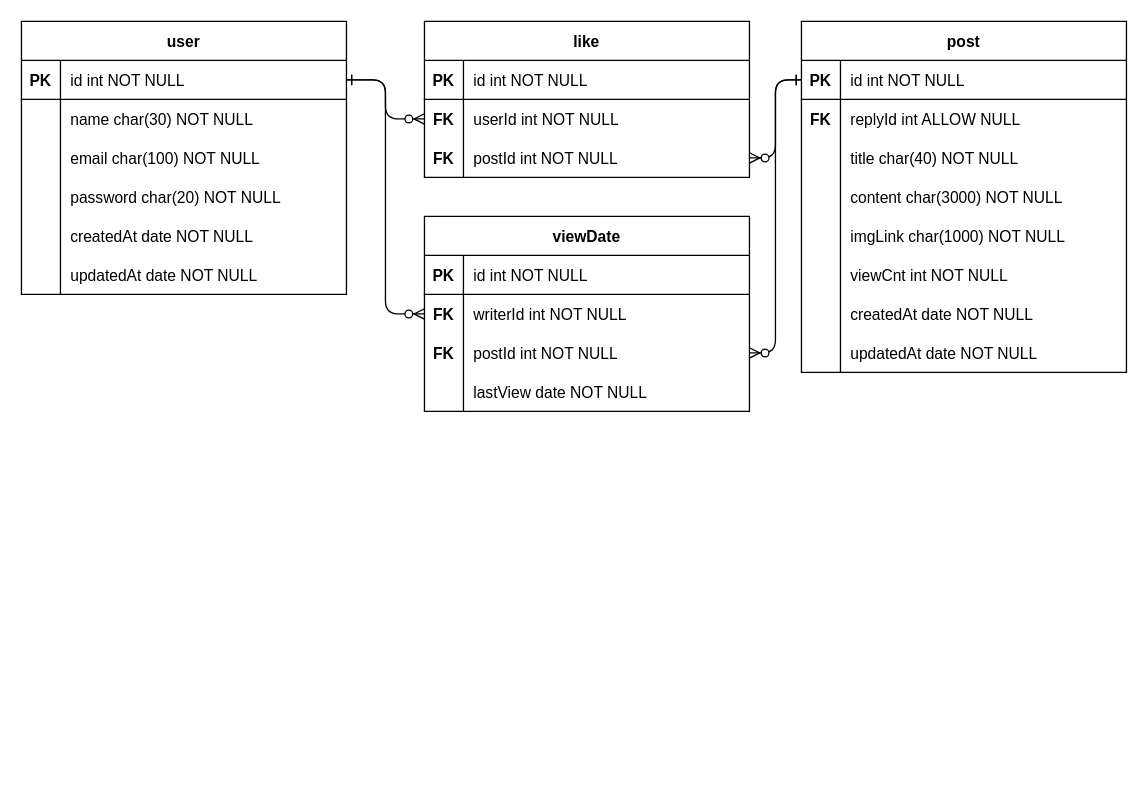
web5-kimgangmoon/cloneCoding4 keeps this draw.io diagram as erd.drawio. Above is the earlier version. Source tidied: cells renumbered, new cells numbered last; positions are measured from the earlier drawing's top-left corner, leaving out a move shared by most shapes. Both pictures are drawn from the tidied source at 130%, with x=0, y=0 at pixel (21, 21).
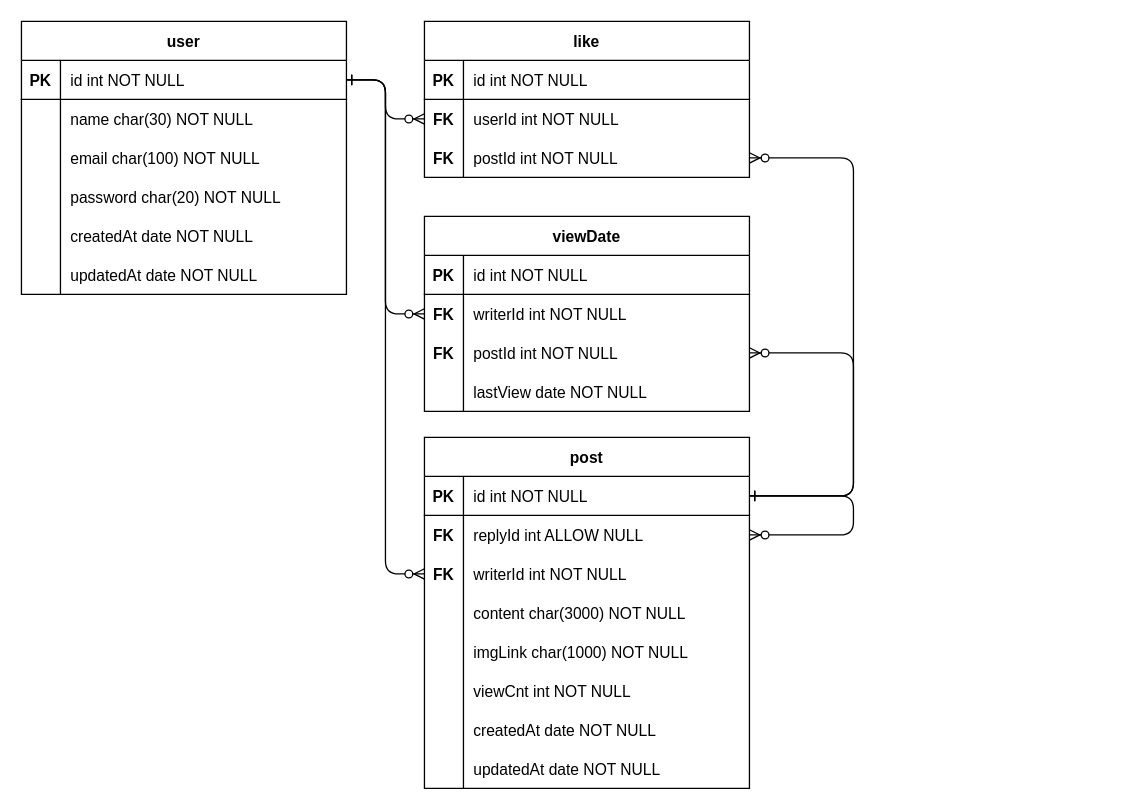
The same page after the edit.

Unchanged cells that the change refers to:
```xml
<mxCell id="4" style="shape=partialRectangle;fillColor=none;points=[[0,0.5],[1,0.5]];portConstraint=eastwest;top=0;left=0;right=0;bottom=1;" parent="3" vertex="1">
  <mxGeometry y="30" width="250" height="30" as="geometry" />
</mxCell>
<mxCell id="29" style="shape=partialRectangle;fillColor=none;points=[[0,0.5],[1,0.5]];portConstraint=eastwest;top=0;left=0;right=0;bottom=0;" parent="22" vertex="1">
  <mxGeometry y="90" width="250" height="30" as="geometry" />
</mxCell>
<mxCell id="33" style="shape=partialRectangle;fillColor=none;points=[[0,0.5],[1,0.5]];portConstraint=eastwest;top=0;left=0;right=0;bottom=1;" parent="32" vertex="1">
  <mxGeometry y="30" width="250" height="30" as="geometry" />
</mxCell>
<mxCell id="36" style="shape=partialRectangle;fillColor=none;points=[[0,0.5],[1,0.5]];portConstraint=eastwest;top=0;left=0;right=0;bottom=0;" parent="32" vertex="1">
  <mxGeometry y="60" width="250" height="30" as="geometry" />
</mxCell>
<mxCell id="39" style="shape=partialRectangle;fillColor=none;points=[[0,0.5],[1,0.5]];portConstraint=eastwest;top=0;left=0;right=0;bottom=0;" parent="32" vertex="1">
  <mxGeometry y="90" width="250" height="30" as="geometry" />
</mxCell>
<mxCell id="64" style="shape=partialRectangle;fillColor=none;points=[[0,0.5],[1,0.5]];portConstraint=eastwest;top=0;left=0;right=0;bottom=0;" parent="57" vertex="1">
  <mxGeometry y="90" width="250" height="30" as="geometry" />
</mxCell>
```

The edit, as a diff of the source:
```diff
@@
     <mxCell id="32" value="post" style="shape=table;startSize=30;childLayout=tableLayout;rowLines=0;fontStyle=1;align=center;" parent="1" vertex="1">
-      <mxGeometry x="600" width="250" height="270" as="geometry" />
+      <mxGeometry x="310" y="320" width="250" height="270" as="geometry" />
     </mxCell>
@@
-    <mxCell id="40" value="&#10;" style="shape=partialRectangle;overflow=hidden;fillColor=none;top=0;left=0;bottom=0;right=0;" parent="39" vertex="1">
-      <mxGeometry width="30" height="30" as="geometry" />
-    </mxCell>
-    <mxCell id="41" value="title char(40) NOT NULL" style="shape=partialRectangle;overflow=hidden;fillColor=none;top=0;left=0;bottom=0;right=0;align=left;spacingLeft=6;" parent="39" vertex="1">
-      <mxGeometry x="30" width="220" height="30" as="geometry" />
-    </mxCell>
+    <mxCell id="73" value="FK" style="shape=partialRectangle;overflow=hidden;fillColor=none;top=0;left=0;bottom=0;right=0;fontStyle=1;" parent="39" vertex="1">
+      <mxGeometry width="30" height="30" as="geometry" />
+    </mxCell>
+    <mxCell id="74" value="writerId int NOT NULL" style="shape=partialRectangle;overflow=hidden;fillColor=none;top=0;left=0;bottom=0;right=0;align=left;spacingLeft=6;" parent="39" vertex="1">
+      <mxGeometry x="30" width="220" height="30" as="geometry" />
+    </mxCell>
@@
+    <mxCell id="75" style="edgeStyle=elbowEdgeStyle;endArrow=ERzeroToMany;startArrow=ERone;endFill=1;startFill=0;" parent="32" edge="1" source="33" target="36">
+      <mxGeometry relative="1" as="geometry">
+        <Array as="points">
+          <mxPoint x="330" y="75" />
+        </Array>
+      </mxGeometry>
+    </mxCell>
@@
     <mxCell id="70" style="edgeStyle=elbowEdgeStyle;endArrow=ERzeroToMany;startArrow=ERone;endFill=1;startFill=0;" parent="1" edge="1" source="33" target="29">
-      <mxGeometry relative="1" as="geometry" />
+      <mxGeometry relative="1" as="geometry">
+        <Array as="points">
+          <mxPoint x="640" y="250" />
+        </Array>
+      </mxGeometry>
     </mxCell>
     <mxCell id="71" style="edgeStyle=elbowEdgeStyle;endArrow=ERzeroToMany;startArrow=ERone;endFill=1;startFill=0;" parent="1" edge="1" source="33" target="64">
-      <mxGeometry relative="1" as="geometry" />
+      <mxGeometry relative="1" as="geometry">
+        <Array as="points">
+          <mxPoint x="640" y="320" />
+        </Array>
+      </mxGeometry>
     </mxCell>
@@
+    <mxCell id="76" style="edgeStyle=elbowEdgeStyle;endArrow=ERzeroToMany;startArrow=ERone;endFill=1;startFill=0;" parent="1" edge="1" source="4" target="39">
+      <mxGeometry relative="1" as="geometry">
+        <Array as="points">
+          <mxPoint x="280" y="270" />
+        </Array>
+      </mxGeometry>
+    </mxCell>
```
